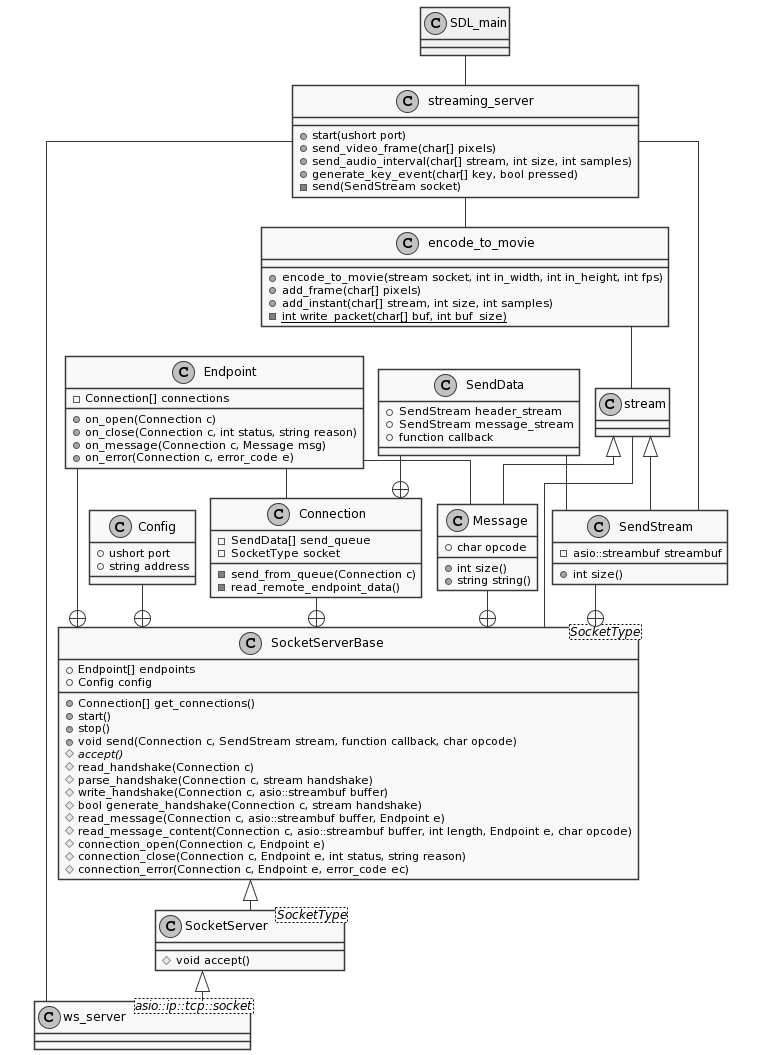
This is Streaming/Tesi/immagini/class_server_and_encoding_full.png from mikymaione/MAMEStreamingPlatform, a PlantUML export, as it was before one commit. Its source is kept beside it as Streaming/UML/class_server_and_encoding_full.puml. Source of this version:
```plantuml
@startuml
skinparam monochrome true

skinparam Shadowing false
skinparam LineType ortho

skinparam nodesep 15
skinparam ranksep 30

class SDL_main #Linen
SDL_main -- streaming_server

encode_to_movie -- stream

class encode_to_movie {
	+encode_to_movie(stream socket, int in_width, int in_height, int fps)
	+add_frame(char[] pixels)
	+add_instant(char[] stream, int size, int samples)
	-{static} int write_packet(char[] buf, int buf_size)
}

streaming_server -- SendStream
streaming_server -- encode_to_movie
SocketServerBase -- stream

class SocketServerBase<SocketType> {
	+Endpoint[] endpoints
	+Config config
	+Connection[] get_connections()
	+start()
	+stop()
	+void send(Connection c, SendStream stream, function callback, char opcode)
	#{abstract} accept()
	#read_handshake(Connection c)
	#parse_handshake(Connection c, stream handshake)
	#write_handshake(Connection c, asio::streambuf buffer)
	#bool generate_handshake(Connection c, stream handshake)
	#read_message(Connection c, asio::streambuf buffer, Endpoint e)
	#read_message_content(Connection c, asio::streambuf buffer, int length, Endpoint e, char opcode)
	#connection_open(Connection c, Endpoint e)
	#connection_close(Connection c, Endpoint e, int status, string reason)
	#connection_error(Connection c, Endpoint e, error_code ec)
}

Connection --+ SocketServerBase
SendStream --+ SocketServerBase
Endpoint --+ SocketServerBase
Config --+ SocketServerBase
Message --+ SocketServerBase

class Message extends stream {
	+char opcode
	+int size()
	+string string()
}

class SendStream extends stream {
	-asio::streambuf streambuf
	+int size()
}

class SendData {
	+SendStream header_stream
	+SendStream message_stream
	+function callback
}

SendData -- SendStream
SendData --+ Connection

class Connection {
	-SendData[] send_queue
	-SocketType socket
	-send_from_queue(Connection c)
	-read_remote_endpoint_data()
}

class SocketServer<SocketType> extends SocketServerBase {
	#void accept()
}

class streaming_server {
	+start(ushort port)
	+send_video_frame(char[] pixels)
	+send_audio_interval(char[] stream, int size, int samples)
	+generate_key_event(char[] key, bool pressed)
	-send(SendStream socket)
}

class ws_server <asio::ip::tcp::socket> extends SocketServer {

}

streaming_server -- ws_server

Endpoint -- Connection
Endpoint -- Message

class Endpoint {
	-Connection[] connections
	+on_open(Connection c)
	+on_close(Connection c, int status, string reason)
	+on_message(Connection c, Message msg)
	+on_error(Connection c, error_code e)
}

class Config {
	+ushort port
	+string address
}
@enduml
```
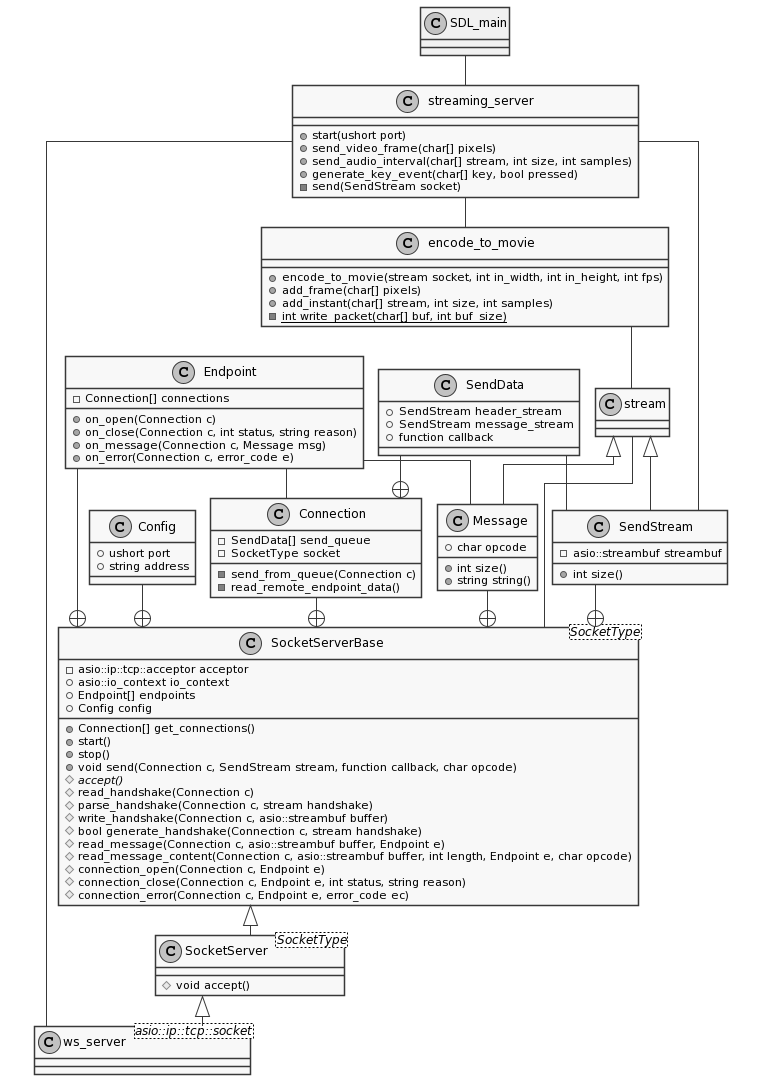
Later version of the same file.

The edit, as a diff of the source:
```diff
@@ -24,6 +24,8 @@
 SocketServerBase -- stream
 
 class SocketServerBase<SocketType> {
+	-asio::ip::tcp::acceptor acceptor
+	+asio::io_context io_context
 	+Endpoint[] endpoints
 	+Config config
 	+Connection[] get_connections()
```
